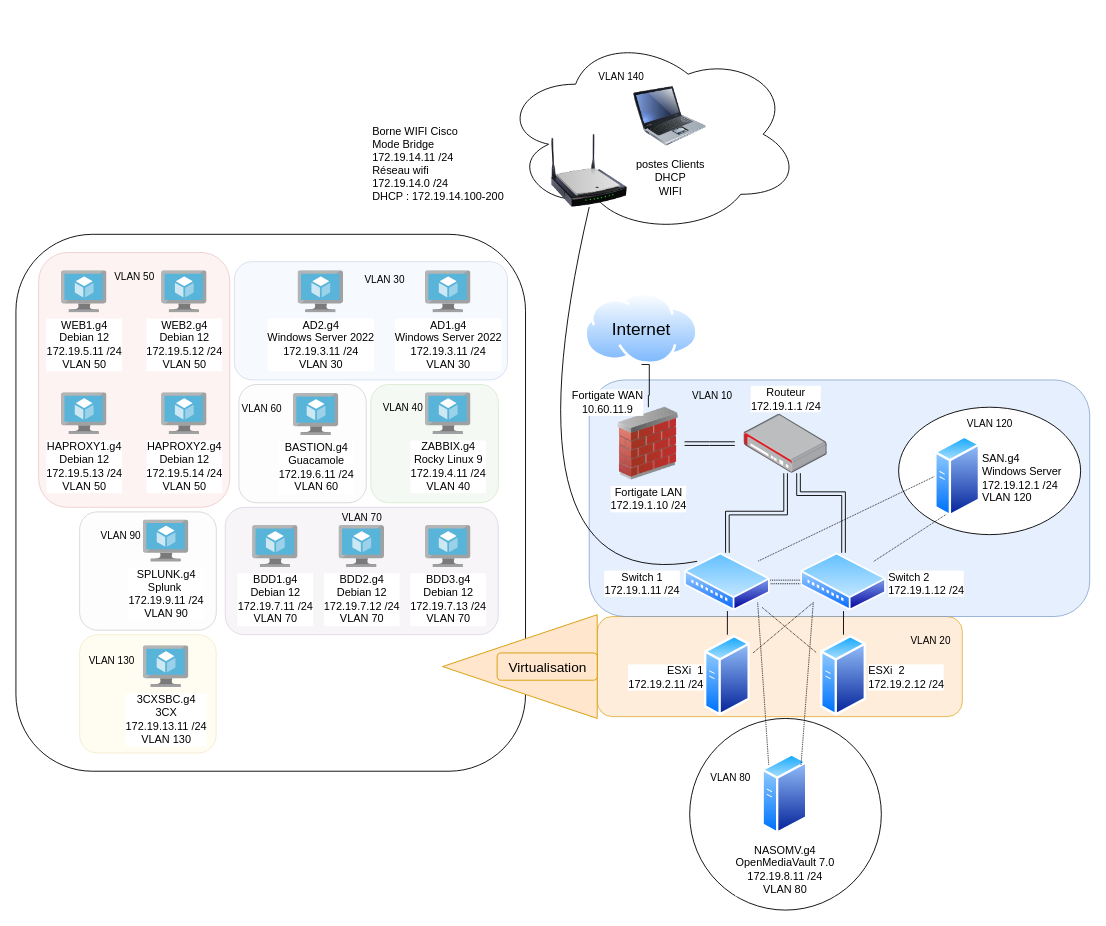
TomMedn/Gaston_medical keeps this draw.io diagram as AISMedilab.drawio. Above is the earlier version. Source tidied: cells renumbered, new cells numbered last; positions are measured from the earlier drawing's top-left corner, leaving out a move shared by most shapes. Both pictures are drawn from the tidied source at 91%, with x=0, y=0 at pixel (15, 34).
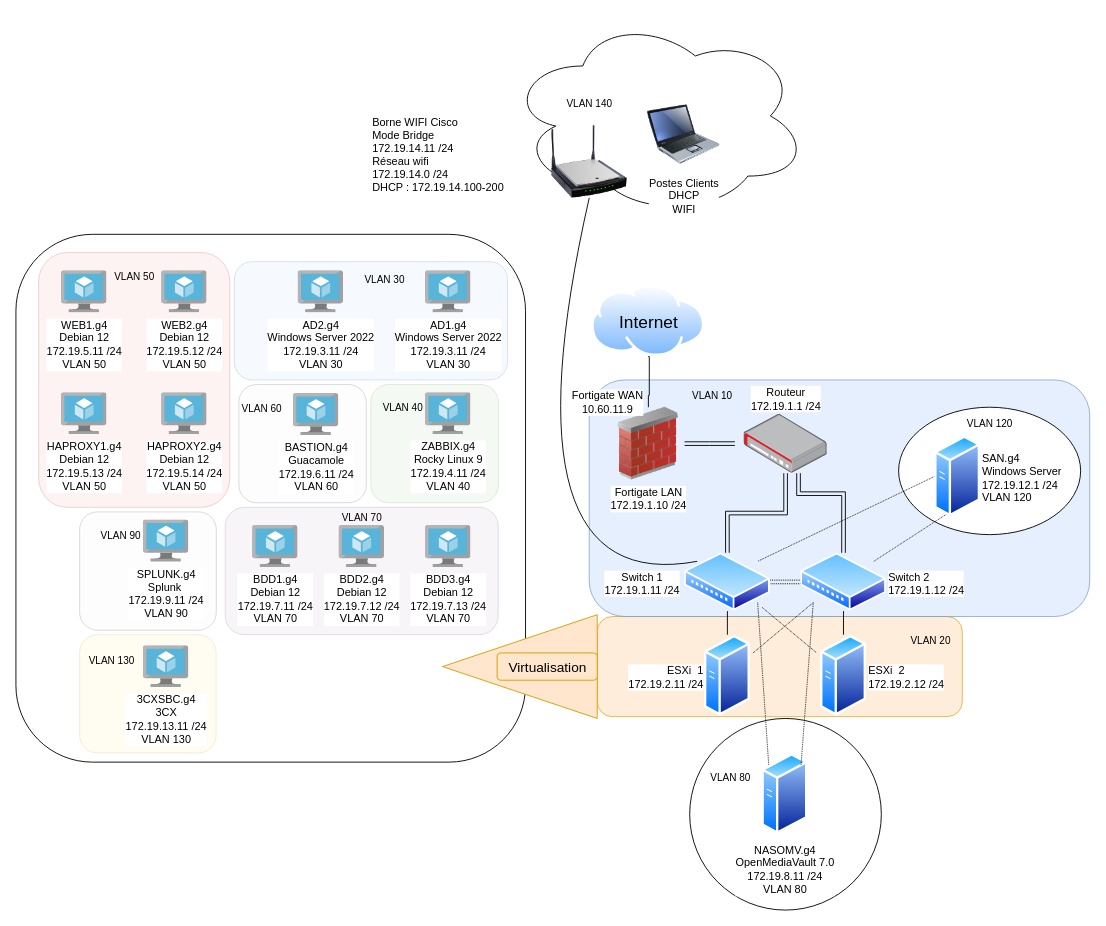
The same page after the edit.

Commit message:
Mettre à jour AISMedilab.drawio

Diff of the diagram source:
```diff
@@
     <mxCell id="4" style="rounded=1;whiteSpace=wrap;html=1;" parent="1" vertex="1">
-      <mxGeometry y="220" width="560" height="590" as="geometry" />
+      <mxGeometry y="220" width="560" height="580" as="geometry" />
     </mxCell>
@@
     <mxCell id="10" value="Internet" style="image;perimeter=ellipsePerimeter;html=1;align=center;shadow=0;dashed=0;spacingTop=3;image=img/lib/active_directory/internet_cloud.svg;horizontal=1;verticalAlign=middle;labelPosition=center;verticalLabelPosition=middle;labelBackgroundColor=none;fontSize=19;" parent="1" vertex="1">
-      <mxGeometry x="625" y="284.4" width="124.8" height="78.6" as="geometry" />
+      <mxGeometry x="632.4" y="275.7" width="124.8" height="78.6" as="geometry" />
     </mxCell>
@@
     <mxCell id="61" style="ellipse;shape=cloud;whiteSpace=wrap;html=1;" parent="1" vertex="1">
-      <mxGeometry x="532.6" width="329.8" height="220" as="geometry" />
+      <mxGeometry x="540.5" y="-20" width="329.8" height="220" as="geometry" />
     </mxCell>
@@
     <mxCell id="64" value="&lt;div align=&quot;left&quot;&gt;Borne WIFI Cisco&lt;/div&gt;&lt;div align=&quot;left&quot;&gt;Mode Bridge&lt;/div&gt;&lt;div align=&quot;left&quot;&gt;172.19.14.11 /24&lt;/div&gt;&lt;div align=&quot;left&quot;&gt;Réseau wifi &lt;br&gt;172.19.14.0 /24&lt;br&gt;DHCP : 172.19.14.100-200&lt;br&gt;&lt;/div&gt;&lt;div align=&quot;left&quot;&gt;&lt;br&gt;&lt;/div&gt;" style="image;html=1;image=img/lib/clip_art/networking/Wireless_Router_N_128x128.png;labelPosition=left;verticalLabelPosition=middle;align=left;verticalAlign=middle;" parent="1" vertex="1">
-      <mxGeometry x="550" y="110" width="160" height="80" as="geometry" />
+      <mxGeometry x="550" y="100" width="160" height="80" as="geometry" />
     </mxCell>
@@
-    <mxCell id="66" value="&lt;div&gt;postes Clients&lt;/div&gt;&lt;div&gt;DHCP&lt;/div&gt;&lt;div&gt;WIFI&lt;br&gt;&lt;/div&gt;" style="image;html=1;image=img/lib/clip_art/computers/Laptop_128x128.png;" parent="1" vertex="1">
-      <mxGeometry x="678.8" y="50" width="80" height="80" as="geometry" />
+    <mxCell id="66" value="&lt;div&gt;Postes Clients&lt;/div&gt;&lt;div&gt;DHCP&lt;/div&gt;&lt;div&gt;WIFI&lt;br&gt;&lt;/div&gt;" style="image;html=1;image=img/lib/clip_art/computers/Laptop_128x128.png;" parent="1" vertex="1">
+      <mxGeometry x="694" y="70" width="80" height="80" as="geometry" />
     </mxCell>
     <mxCell id="67" value="&lt;font style=&quot;font-size: 11px;&quot;&gt;VLAN 140&lt;/font&gt;" style="text;html=1;align=center;verticalAlign=middle;strokeColor=none;fillColor=none;fontSize=16;" parent="1" vertex="1">
-      <mxGeometry x="630" y="30" width="70" height="30" as="geometry" />
+      <mxGeometry x="595" y="60" width="70" height="30" as="geometry" />
     </mxCell>
```
